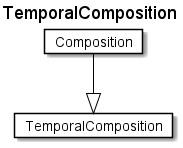
Earlier version of the PlantUML export fragments/diagrams/TemporalComposition.png (rtigran/rdf2adoc). Its diagram source:
```plantuml
@startuml
Title TemporalComposition

Card TemporalComposition #fff [
TemporalComposition
]
Card Composition #fff [
Composition
]
Composition --|> TemporalComposition  #000
@enduml
```
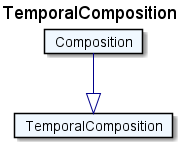
After the commit.

Change to the diagram source:
```diff
@@ -1,11 +1,11 @@
 @startuml
 Title TemporalComposition
 
-Card TemporalComposition #fff [
+Card TemporalComposition #F0F8FF [
 TemporalComposition
 ]
-Card Composition #fff [
+Card Composition #F0F8FF [
 Composition
 ]
-Composition --|> TemporalComposition  #000
+Composition --|> TemporalComposition  #00008B
 @enduml
```
